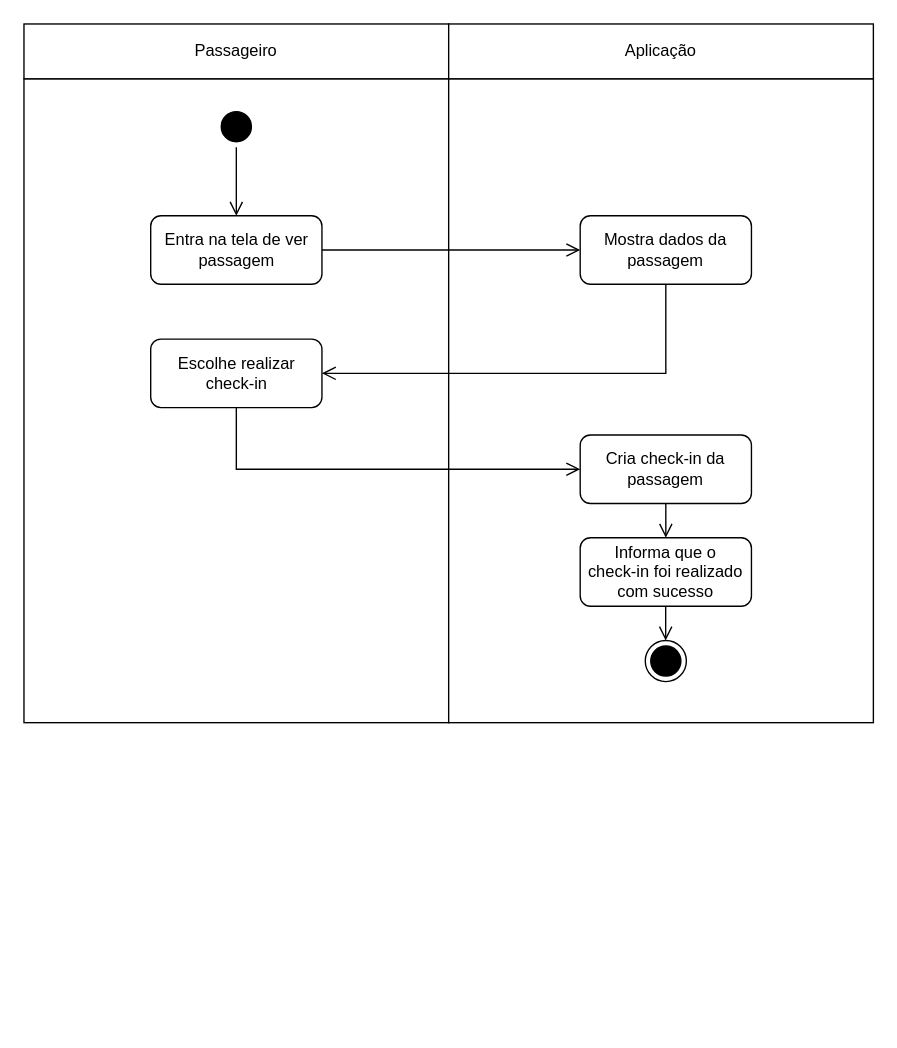
Before: Diagramas/Eng_de_Software/Modelos/Atividade/Realizar_Check_In_Passageiro.drawio in GabrielGMori/trabalho-conclus-o-ano, a draw.io diagram. Source tidied: cells renumbered, new cells numbered last; positions are measured from the earlier drawing's top-left corner, leaving out a move shared by most shapes. Both pictures are drawn from the tidied source at 137%, with x=0, y=0 at pixel (23, 23).
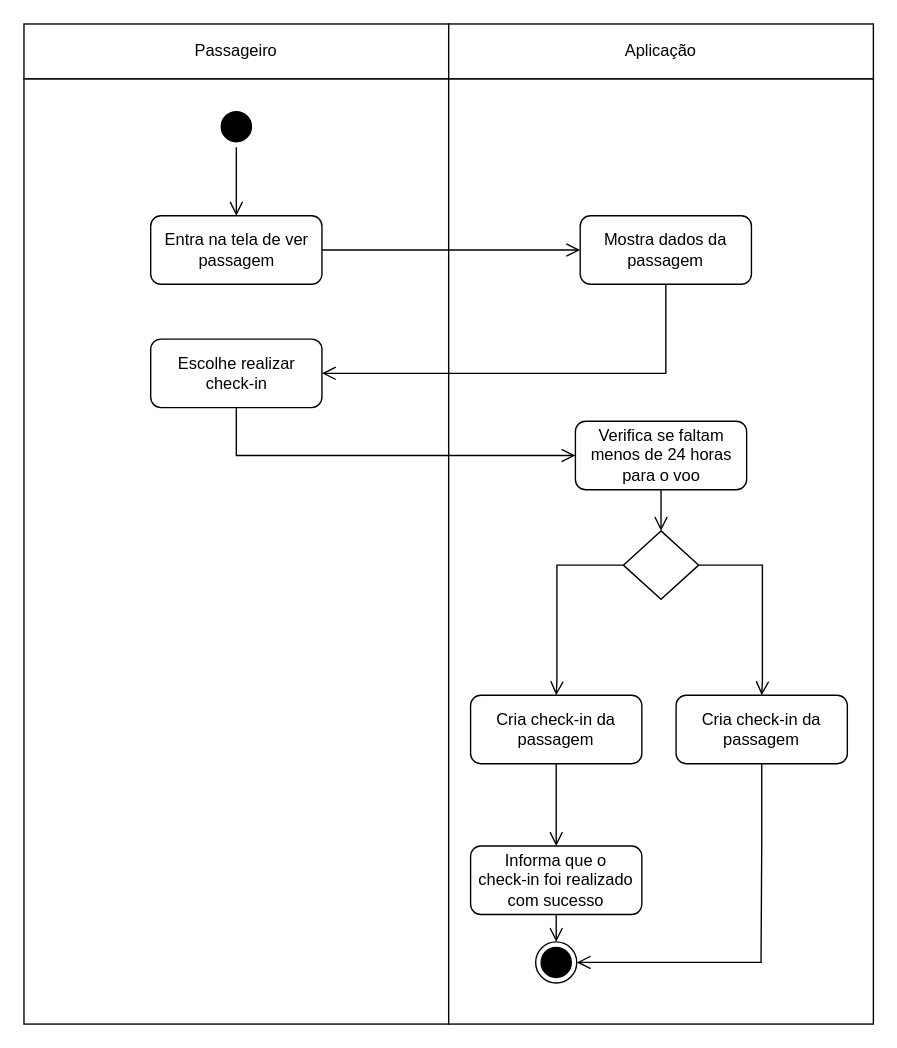
After the change.

Unchanged cells that the change refers to:
```xml
<mxCell id="11" value="&lt;div&gt;Escolhe realizar&lt;/div&gt;&lt;div&gt;check-in&lt;/div&gt;" style="rounded=1;whiteSpace=wrap;html=1;" parent="1" vertex="1">
  <mxGeometry x="92.5" y="230" width="125" height="50" as="geometry" />
</mxCell>
```

Diff of the diagram source:
```diff
@@
     <mxCell id="2" style="rounded=0;whiteSpace=wrap;html=1;" parent="1" vertex="1">
-      <mxGeometry y="40" width="310" height="470" as="geometry" />
+      <mxGeometry y="40" width="310" height="690" as="geometry" />
     </mxCell>
     <mxCell id="3" style="rounded=0;whiteSpace=wrap;html=1;" parent="1" vertex="1">
-      <mxGeometry x="310" y="40" width="310" height="470" as="geometry" />
+      <mxGeometry x="310" y="40" width="310" height="690" as="geometry" />
     </mxCell>
@@
     <mxCell id="13" value="Cria check-in da passagem" style="rounded=1;whiteSpace=wrap;html=1;" parent="1" vertex="1">
-      <mxGeometry x="406" y="300" width="125" height="50" as="geometry" />
+      <mxGeometry x="326" y="490" width="125" height="50" as="geometry" />
     </mxCell>
-    <mxCell id="14" style="edgeStyle=orthogonalEdgeStyle;html=1;verticalAlign=bottom;endArrow=open;endSize=8;strokeColor=#000000;rounded=0;entryX=0;entryY=0.5;entryDx=0;entryDy=0;exitX=0.5;exitY=1;exitDx=0;exitDy=0;" parent="1" edge="1" source="11" target="13">
+    <mxCell id="14" style="edgeStyle=orthogonalEdgeStyle;html=1;verticalAlign=bottom;endArrow=open;endSize=8;strokeColor=#000000;rounded=0;entryX=0;entryY=0.5;entryDx=0;entryDy=0;exitX=0.5;exitY=1;exitDx=0;exitDy=0;" parent="1" edge="1" source="11" target="24">
       <mxGeometry relative="1" as="geometry" />
     </mxCell>
@@
     <mxCell id="16" style="ellipse;html=1;shape=endState;fillColor=#000000;strokeColor=#000000;" parent="1" vertex="1">
-      <mxGeometry x="453.5" y="450" width="30" height="30" as="geometry" />
+      <mxGeometry x="373.5" y="670" width="30" height="30" as="geometry" />
     </mxCell>
     <mxCell id="17" value="&lt;div&gt;Informa que o&lt;/div&gt;&lt;div&gt;check-in foi realizado com sucesso&lt;/div&gt;" style="rounded=1;whiteSpace=wrap;html=1;" parent="1" vertex="1">
-      <mxGeometry x="406" y="375" width="125" height="50" as="geometry" />
+      <mxGeometry x="326" y="600" width="125" height="50" as="geometry" />
     </mxCell>
-    <mxCell id="18" style="edgeStyle=orthogonalEdgeStyle;html=1;verticalAlign=bottom;endArrow=open;endSize=8;strokeColor=#000000;rounded=0;entryX=0.5;entryY=0;entryDx=0;entryDy=0;exitX=0.5;exitY=1;exitDx=0;exitDy=0;" parent="1" edge="1">
-      <mxGeometry relative="1" as="geometry">
-        <mxPoint x="468.4" y="425" as="sourcePoint" />
-        <mxPoint x="468.4" y="450" as="targetPoint" />
-      </mxGeometry>
+    <mxCell id="18" style="edgeStyle=orthogonalEdgeStyle;html=1;verticalAlign=bottom;endArrow=open;endSize=8;strokeColor=#000000;rounded=0;entryX=0.5;entryY=0;entryDx=0;entryDy=0;exitX=0.5;exitY=1;exitDx=0;exitDy=0;" parent="1" edge="1" source="17" target="16">
+      <mxGeometry relative="1" as="geometry" />
     </mxCell>
+    <mxCell id="19" style="rhombus;whiteSpace=wrap;html=1;" parent="1" vertex="1">
+      <mxGeometry x="437.5" y="370" width="55" height="50" as="geometry" />
+    </mxCell>
+    <mxCell id="20" style="edgeStyle=orthogonalEdgeStyle;html=1;verticalAlign=bottom;endArrow=open;endSize=8;strokeColor=#000000;rounded=0;entryX=0.5;entryY=0;entryDx=0;entryDy=0;exitX=0;exitY=0.5;exitDx=0;exitDy=0;" parent="1" edge="1" source="19" target="13">
+      <mxGeometry relative="1" as="geometry">
+        <Array as="points">
+          <mxPoint x="389" y="395" />
+          <mxPoint x="389" y="480" />
+          <mxPoint x="389" y="480" />
+        </Array>
+      </mxGeometry>
+    </mxCell>
+    <mxCell id="21" value="Cria check-in da passagem" style="rounded=1;whiteSpace=wrap;html=1;" parent="1" vertex="1">
+      <mxGeometry x="476" y="490" width="125" height="50" as="geometry" />
+    </mxCell>
+    <mxCell id="22" style="edgeStyle=orthogonalEdgeStyle;html=1;verticalAlign=bottom;endArrow=open;endSize=8;strokeColor=#000000;rounded=0;entryX=0.5;entryY=0;entryDx=0;entryDy=0;exitX=1;exitY=0.5;exitDx=0;exitDy=0;" parent="1" edge="1" source="19" target="21">
+      <mxGeometry relative="1" as="geometry">
+        <Array as="points">
+          <mxPoint x="539" y="395" />
+          <mxPoint x="539" y="480" />
+          <mxPoint x="539" y="480" />
+        </Array>
+      </mxGeometry>
+    </mxCell>
+    <mxCell id="23" style="edgeStyle=orthogonalEdgeStyle;html=1;verticalAlign=bottom;endArrow=open;endSize=8;strokeColor=#000000;rounded=0;entryX=1;entryY=0.5;entryDx=0;entryDy=0;exitX=0.5;exitY=1;exitDx=0;exitDy=0;" parent="1" edge="1" source="21" target="16">
+      <mxGeometry relative="1" as="geometry">
+        <Array as="points">
+          <mxPoint x="538" y="600" />
+          <mxPoint x="538" y="685" />
+        </Array>
+      </mxGeometry>
+    </mxCell>
+    <mxCell id="24" value="Verifica se faltam menos de 24 horas para o voo" style="rounded=1;whiteSpace=wrap;html=1;" parent="1" vertex="1">
+      <mxGeometry x="402.5" y="290" width="125" height="50" as="geometry" />
+    </mxCell>
+    <mxCell id="25" style="edgeStyle=orthogonalEdgeStyle;html=1;verticalAlign=bottom;endArrow=open;endSize=8;strokeColor=#000000;rounded=0;exitX=0.5;exitY=1;exitDx=0;exitDy=0;entryX=0.5;entryY=0;entryDx=0;entryDy=0;" parent="1" edge="1" source="24" target="19">
+      <mxGeometry relative="1" as="geometry">
+        <Array as="points">
+          <mxPoint x="465" y="360" />
+          <mxPoint x="465" y="360" />
+        </Array>
+      </mxGeometry>
+    </mxCell>
```
